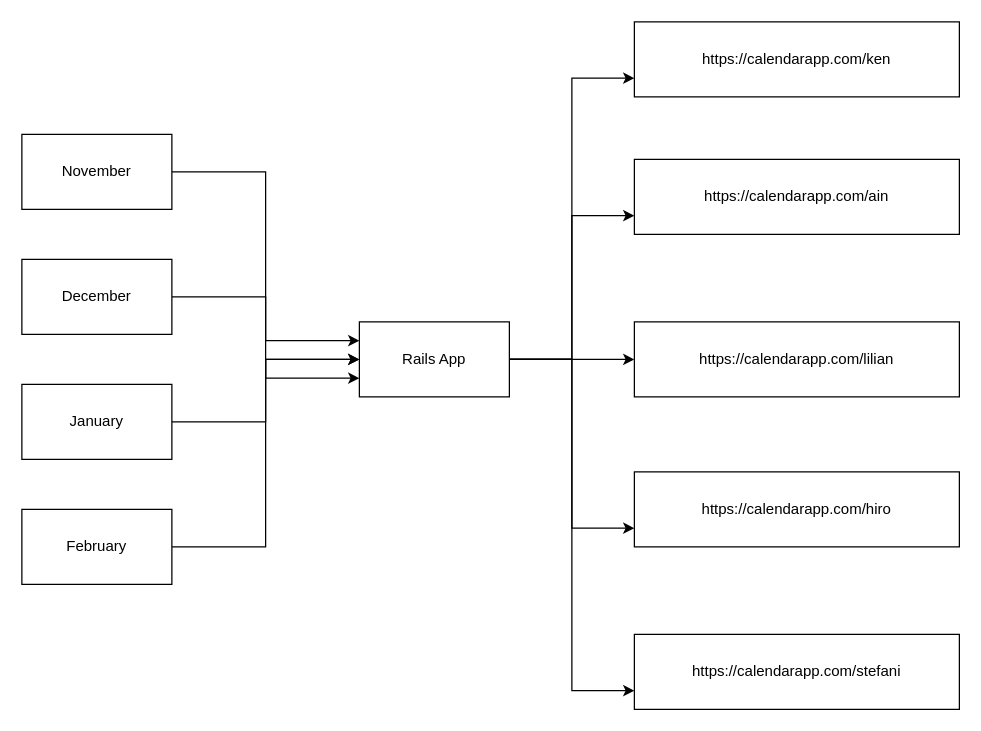
The draw.io diagram page "Page-1" (1 of 3) of Untitled Diagram.drawio in SuzukiRyuichiro/sheet_to_calendar, before the edit. Source tidied: cells renumbered, new cells numbered last; positions are measured from the earlier drawing's top-left corner, leaving out a move shared by most shapes. Both pictures are drawn from the tidied source at 125%, with x=0, y=0 at pixel (21, 21).
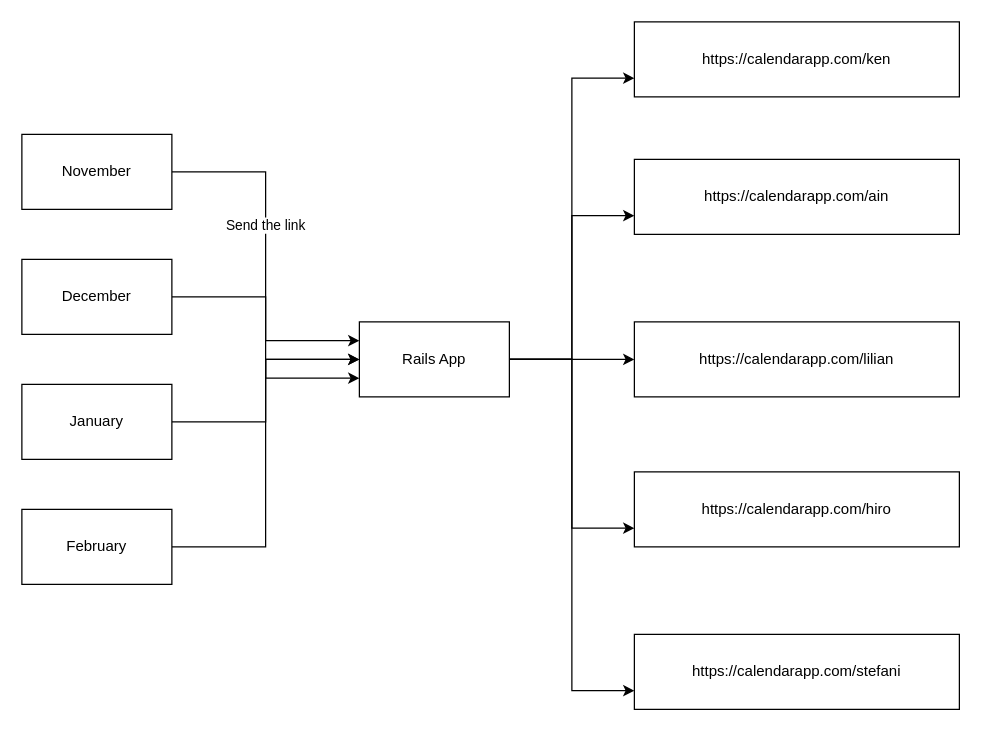
Above is the later version.

Unchanged cells that the change refers to:
```xml
<mxCell id="2" style="edgeStyle=orthogonalEdgeStyle;rounded=0;jettySize=auto;html=1;entryX=0;entryY=0.75;entryDx=0;entryDy=0;" parent="1" edge="1" source="3" target="15">
  <mxGeometry relative="1" as="geometry" />
</mxCell>
```

Diff of the diagram source:
```diff
@@
+    <mxCell id="21" value="Send the link" style="edgeLabel;html=1;align=center;verticalAlign=middle;" parent="2" vertex="1">
+      <mxGeometry x="-0.26" y="-1" relative="1" as="geometry" />
+    </mxCell>
```
